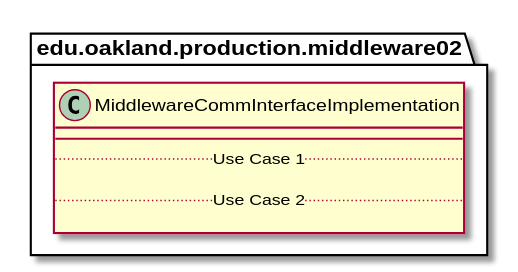
elilley15/csi-3370-software-project keeps this PlantUML diagram as docs/uml-class-diagrams/middleware02/production/MiddlewareCommInterfaceImplementation/MiddlewareCommInterfaceImplementation.svg. Above is the earlier version. Its diagram source:
```plantuml
@startuml MiddlewareCommInterfaceImplementation

package edu.oakland.production.middleware02 {
    class MiddlewareCommInterfaceImplementation {
        __
        .. Use Case 1 ..

        .. Use Case 2 ..

    }
}

@enduml
```
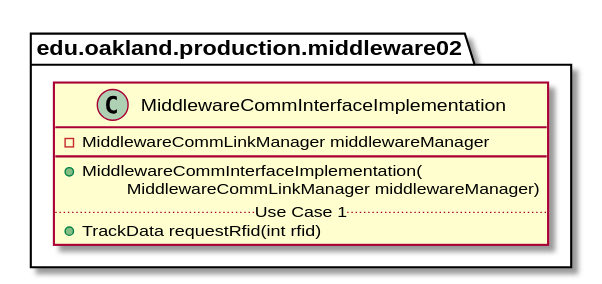
Later version of the same file.

Diff of the diagram source:
```diff
@@ -2,12 +2,12 @@
 
 package edu.oakland.production.middleware02 {
     class MiddlewareCommInterfaceImplementation {
+        - MiddlewareCommLinkManager middlewareManager
         __
+        + MiddlewareCommInterfaceImplementation(
+        \tMiddlewareCommLinkManager middlewareManager)
         .. Use Case 1 ..
-
-        .. Use Case 2 ..
-
-    }
+        + TrackData requestRfid(int rfid)
 }
 
 @enduml
```
